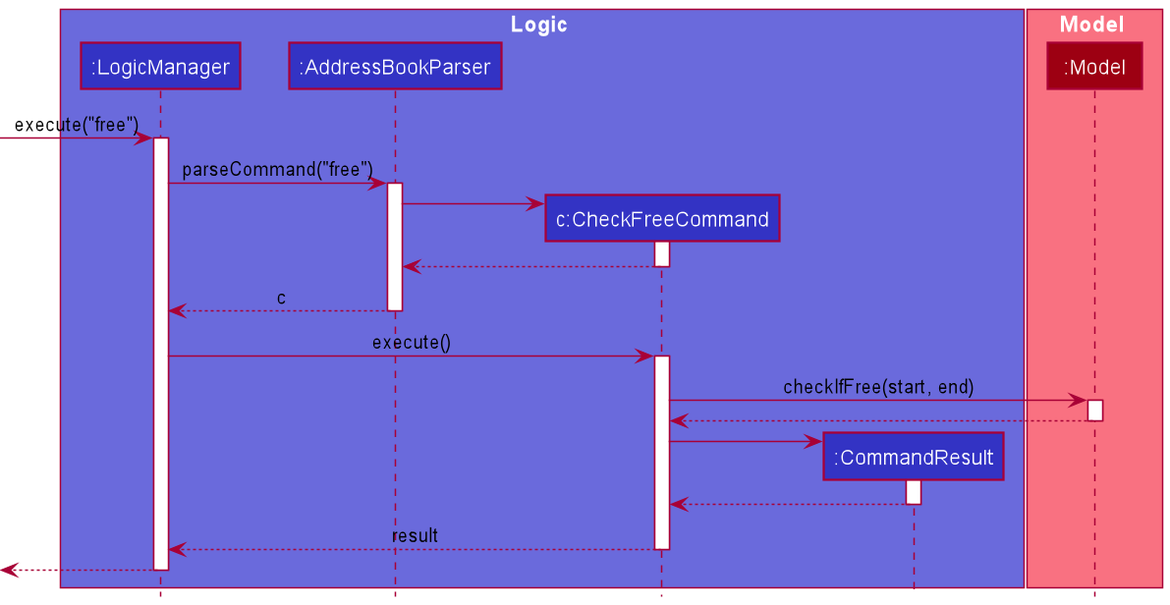
Earlier version of the PlantUML export docs/images/FreeIntervalSequenceDiagram.png (nus-cs2103-AY2021S2/tp).
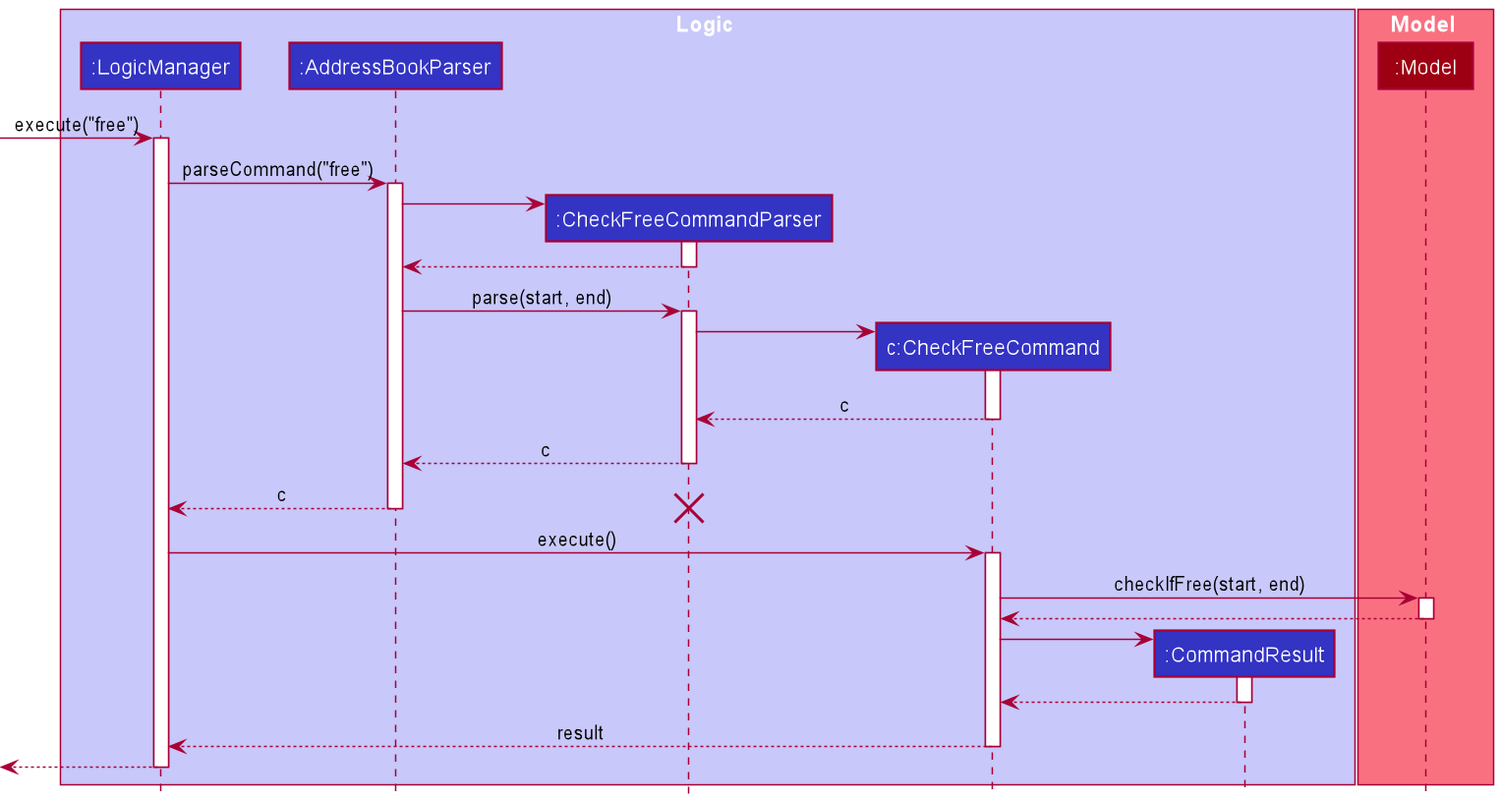
The same diagram one commit later.

Commit message:
Update UML diagrams

Diff of the diagram source:
```diff
@@ -1,9 +1,10 @@
 @startuml
 !include style.puml
 
-box Logic LOGIC_COLOR_T2
+box Logic LOGIC_COLOR_T1
 participant ":LogicManager" as LogicManager LOGIC_COLOR
 participant ":AddressBookParser" as AddressBookParser LOGIC_COLOR
+participant ":CheckFreeCommandParser" as CheckFreeCommandParser LOGIC_COLOR
 participant "c:CheckFreeCommand" as CheckFreeCommand LOGIC_COLOR
 participant ":CommandResult" as CommandResult LOGIC_COLOR
 end box
@@ -16,10 +17,18 @@
 [-> LogicManager : execute("free")
 LogicManager -> AddressBookParser : parseCommand("free")
 
+create CheckFreeCommandParser
+AddressBookParser -> CheckFreeCommandParser
+return
+
+AddressBookParser -> CheckFreeCommandParser : parse(start, end)
+
 create CheckFreeCommand
-AddressBookParser -> CheckFreeCommand
-return
+CheckFreeCommandParser -> CheckFreeCommand
+return c
+CheckFreeCommandParser --> AddressBookParser : c
 AddressBookParser --> LogicManager : c
+destroy CheckFreeCommandParser
 
 LogicManager -> CheckFreeCommand : execute()
 CheckFreeCommand -> Model : checkIfFree(start, end)
```
